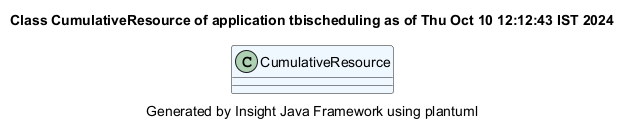
Above: demonstrator/tbischeduling/site/plantuml/CumulativeResource.png in hsimonis/schedulingtraining (PlantUML), before the change.
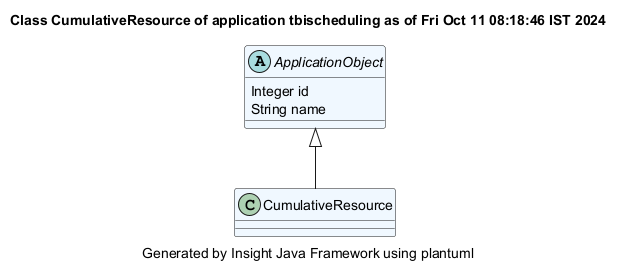
Later version of the same file.

What changed in the source:
```diff
@@ -1,6 +1,11 @@
 @startuml
-title Class CumulativeResource of application tbischeduling as of Thu Oct 10 12:12:43 IST 2024
+title Class CumulativeResource of application tbischeduling as of Fri Oct 11 08:18:46 IST 2024
 caption Generated by Insight Java Framework using plantuml
 class CumulativeResource #aliceblue
 
+abstract ApplicationObject #aliceblue
+ApplicationObject : Integer id
+ApplicationObject : String name
+
+ApplicationObject <|-- CumulativeResource
 @enduml
```
